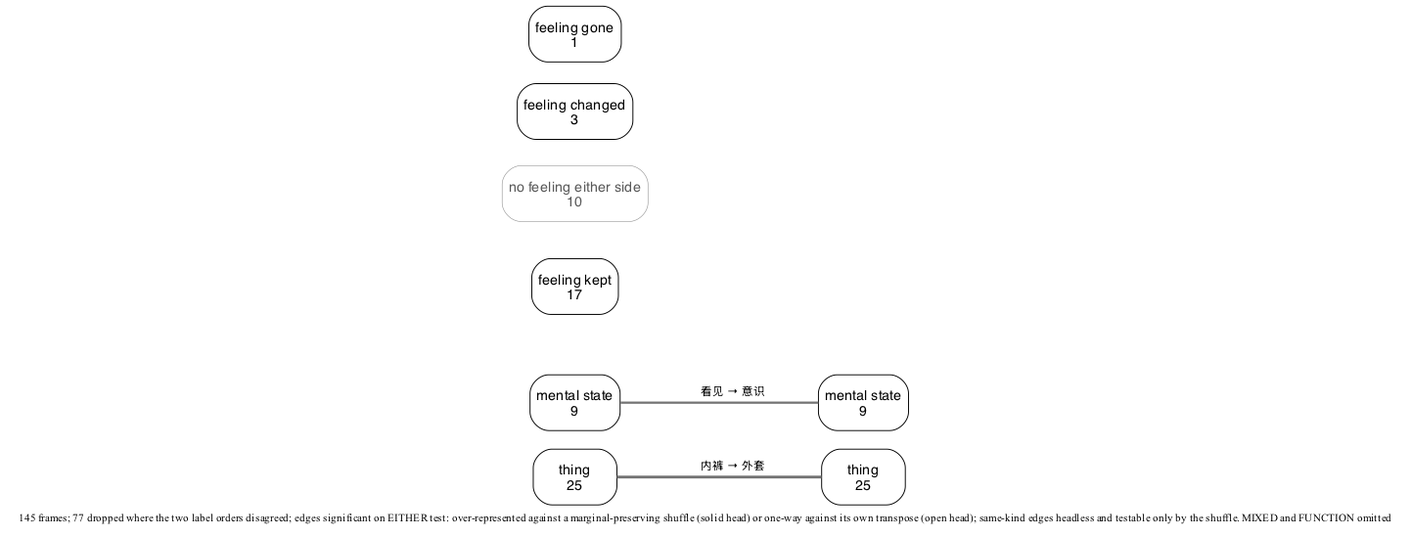
Above: experiments/displacement/freudian_hypothesis/results/kind_flow_zh_either.png in quadrismegistus/malignment (Graphviz), before the change. Its source is kept beside it as experiments/displacement/freudian_hypothesis/results/kind_flow_zh_either.dot. The source it was exported from:
```dot
digraph kindflow {
  rankdir=LR; splines=true; overlap=false;
  size="4.8,5.52!"; ratio=compress;
  bgcolor="white"; nodesep=0.14; ranksep=0.95;
  node [shape=box style="rounded" fontname="Helvetica" fontsize=9 color="black" fontcolor="black" margin="0.06,0.035" penwidth=0.6];
  edge [fontname="Helvetica" fontsize=7.2 color="#4d4d4d" penwidth=0.75 arrowsize=0.5];
  { rank=same;
    "B_THING" [label="thing\n25"];
    "B_MENTAL_STATE" [label="mental state\n9"];
  }
  { rank=same;
    "A_THING" [label="thing\n25"];
    "A_MENTAL_STATE" [label="mental state\n9"];
  }
  { rank=same;
    "F_KEPT" [label="feeling kept\n17"];
    "F_NONE" [label="no feeling either side\n10" penwidth=0.35 color="#8c8c8c" fontcolor="#595959"];
    "F_RECOLORED" [label="feeling changed\n3"];
    "F_GONE" [label="feeling gone\n1"];
  }
  "B_THING" -> "A_THING" [label="内裤 → 外套" arrowhead=none color="#737373" penwidth=1.81];
  "B_MENTAL_STATE" -> "A_MENTAL_STATE" [label="看见 → 意识" arrowhead=none color="#737373" penwidth=1.43];
  labelloc="b"; labeljust="l";
  label=<<font point-size="7.65">145 frames; 77 dropped where the two label orders disagreed; edges significant on EITHER test: over-represented against a marginal-preserving shuffle (solid head) or one-way against its own transpose (open head); same-kind edges headless and testable only by the shuffle. MIXED and FUNCTION omitted</font>>;
}
```
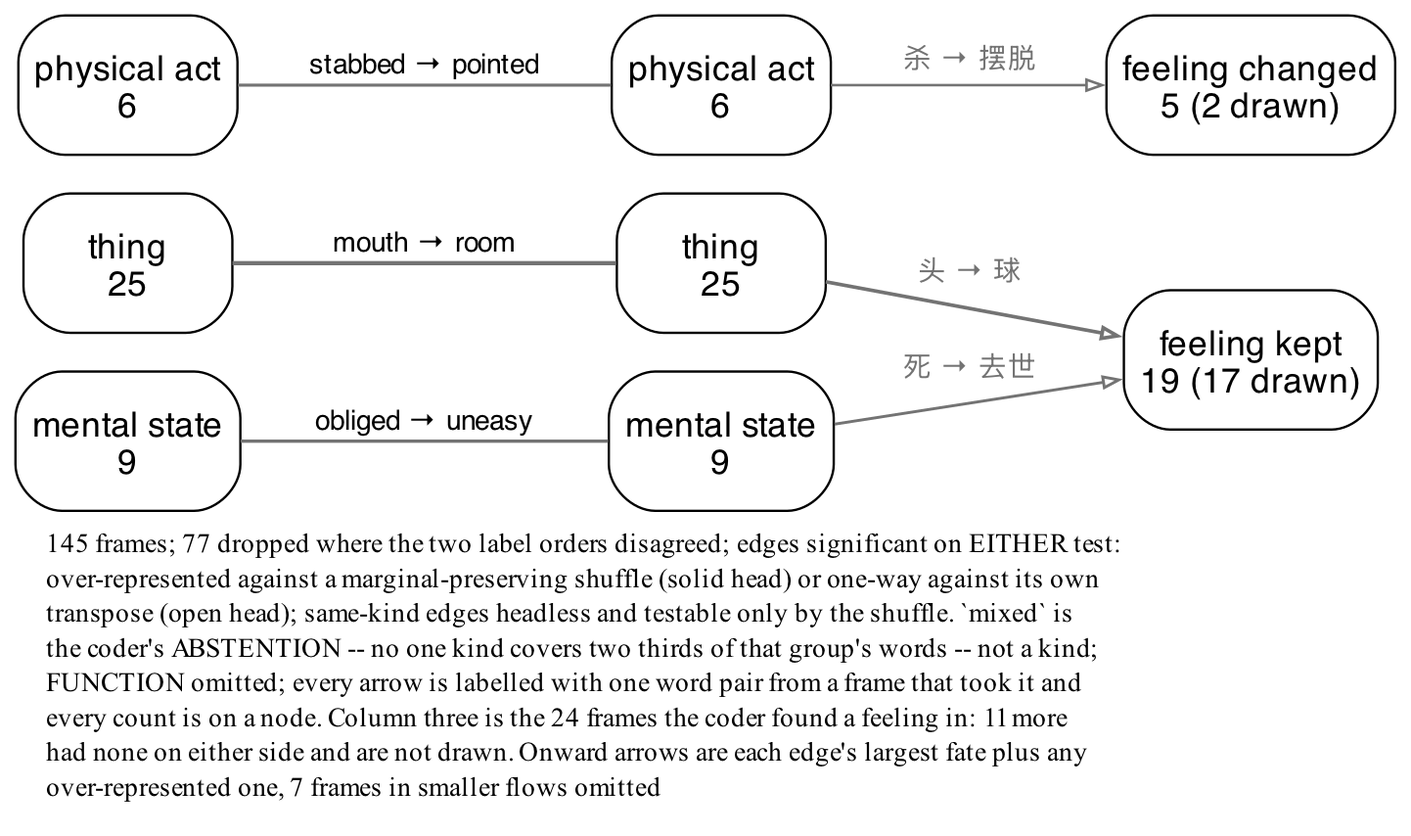
Above is the later version.

Diff of the diagram source:
```diff
@@ -1,25 +1,29 @@
 digraph kindflow {
   rankdir=LR; splines=true; overlap=false;
-  size="4.8,5.52!"; ratio=compress;
-  bgcolor="white"; nodesep=0.14; ranksep=0.95;
+  size="4.8,5.52";
+  bgcolor="white"; nodesep=0.14; ranksep=0.50;
   node [shape=box style="rounded" fontname="Helvetica" fontsize=9 color="black" fontcolor="black" margin="0.06,0.035" penwidth=0.6];
   edge [fontname="Helvetica" fontsize=7.2 color="#4d4d4d" penwidth=0.75 arrowsize=0.5];
   { rank=same;
     "B_THING" [label="thing\n25"];
     "B_MENTAL_STATE" [label="mental state\n9"];
+    "B_PHYSICAL_ACT" [label="physical act\n6"];
   }
   { rank=same;
     "A_THING" [label="thing\n25"];
     "A_MENTAL_STATE" [label="mental state\n9"];
+    "A_PHYSICAL_ACT" [label="physical act\n6"];
   }
   { rank=same;
-    "F_KEPT" [label="feeling kept\n17"];
-    "F_NONE" [label="no feeling either side\n10" penwidth=0.35 color="#8c8c8c" fontcolor="#595959"];
-    "F_RECOLORED" [label="feeling changed\n3"];
-    "F_GONE" [label="feeling gone\n1"];
+  "F_KEPT" [label="feeling kept\n19 (17 drawn)"];
+  "F_RECOLORED" [label="feeling changed\n5 (2 drawn)"];
   }
-  "B_THING" -> "A_THING" [label="内裤 → 外套" arrowhead=none color="#737373" penwidth=1.81];
-  "B_MENTAL_STATE" -> "A_MENTAL_STATE" [label="看见 → 意识" arrowhead=none color="#737373" penwidth=1.43];
+  "B_THING" -> "A_THING" [label="mouth → room" arrowhead=none color="#737373" penwidth=1.09];
+  "B_MENTAL_STATE" -> "A_MENTAL_STATE" [label="obliged → uneasy" arrowhead=none color="#737373" penwidth=0.85];
+  "B_PHYSICAL_ACT" -> "A_PHYSICAL_ACT" [label="stabbed → pointed" arrowhead=none color="#737373" penwidth=0.79];
+  "A_THING" -> "F_KEPT" [label="头 → 球" color="#737373" fontcolor="#737373" penwidth=0.93 arrowsize=0.4 arrowhead=onormal];
+  "A_MENTAL_STATE" -> "F_KEPT" [label="死 → 去世" color="#737373" fontcolor="#737373" penwidth=0.74 arrowsize=0.4 arrowhead=onormal];
+  "A_PHYSICAL_ACT" -> "F_RECOLORED" [label="杀 → 摆脱" color="#737373" fontcolor="#737373" penwidth=0.67 arrowsize=0.4 arrowhead=onormal];
   labelloc="b"; labeljust="l";
-  label=<<font point-size="7.65">145 frames; 77 dropped where the two label orders disagreed; edges significant on EITHER test: over-represented against a marginal-preserving shuffle (solid head) or one-way against its own transpose (open head); same-kind edges headless and testable only by the shuffle. MIXED and FUNCTION omitted</font>>;
+  label=<<font point-size="7.65">145 frames; 77 dropped where the two label orders disagreed; edges significant on EITHER test:<br align="left"/>over-represented against a marginal-preserving shuffle (solid head) or one-way against its own<br align="left"/>transpose (open head); same-kind edges headless and testable only by the shuffle. `mixed` is<br align="left"/>the coder's ABSTENTION -- no one kind covers two thirds of that group's words -- not a kind;<br align="left"/>FUNCTION omitted; every arrow is labelled with one word pair from a frame that took it and<br align="left"/>every count is on a node. Column three is the 24 frames the coder found a feeling in: 11 more<br align="left"/>had none on either side and are not drawn. Onward arrows are each edge's largest fate plus any<br align="left"/>over-represented one, 7 frames in smaller flows omitted<br align="left"/></font>>;
 }
```
